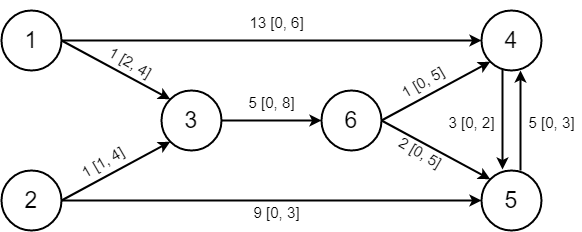
Earlier version of the draw.io export Network_Flow/Problem.png (davirpp/Operational_Research). Source tidied: cells renumbered, new cells last; positions are measured from the earlier drawing's top-left corner, leaving out a move shared by most shapes.
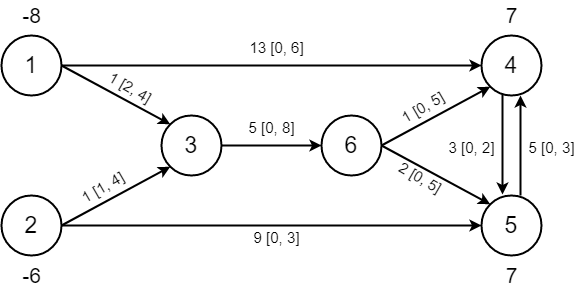
Later version of the same file.

Change to the diagram source:
```diff
@@ -80,5 +80,17 @@
     <mxCell id="25" value="&lt;font style=&quot;font-size: 15px&quot;&gt;1 [1, 4]&lt;/font&gt;" style="text;html=1;align=center;verticalAlign=middle;strokeColor=none;fillColor=none;fontSize=23;rotation=-30;" parent="1" vertex="1">
       <mxGeometry x="70" y="140" width="60" height="40" as="geometry" />
     </mxCell>
+    <mxCell id="26" value="&lt;font style=&quot;font-size: 21px&quot;&gt;-&lt;font style=&quot;font-size: 21px&quot;&gt;8&lt;/font&gt;&lt;/font&gt;" style="text;html=1;align=center;verticalAlign=middle;strokeColor=none;fillColor=none;" parent="1" vertex="1">
+      <mxGeometry x="15" y="-20" width="30" height="20" as="geometry" />
+    </mxCell>
+    <mxCell id="27" value="&lt;font style=&quot;font-size: 21px&quot;&gt;-6&lt;/font&gt;" style="text;html=1;align=center;verticalAlign=middle;strokeColor=none;fillColor=none;" parent="1" vertex="1">
+      <mxGeometry x="15" y="240" width="30" height="20" as="geometry" />
+    </mxCell>
+    <mxCell id="28" value="7" style="text;html=1;align=center;verticalAlign=middle;strokeColor=none;fillColor=none;fontSize=21;" parent="1" vertex="1">
+      <mxGeometry x="495" y="-25" width="30" height="30" as="geometry" />
+    </mxCell>
+    <mxCell id="29" value="7" style="text;html=1;align=center;verticalAlign=middle;strokeColor=none;fillColor=none;fontSize=21;" parent="1" vertex="1">
+      <mxGeometry x="495" y="235" width="30" height="30" as="geometry" />
+    </mxCell>
   </root>
 </mxGraphModel>
```
